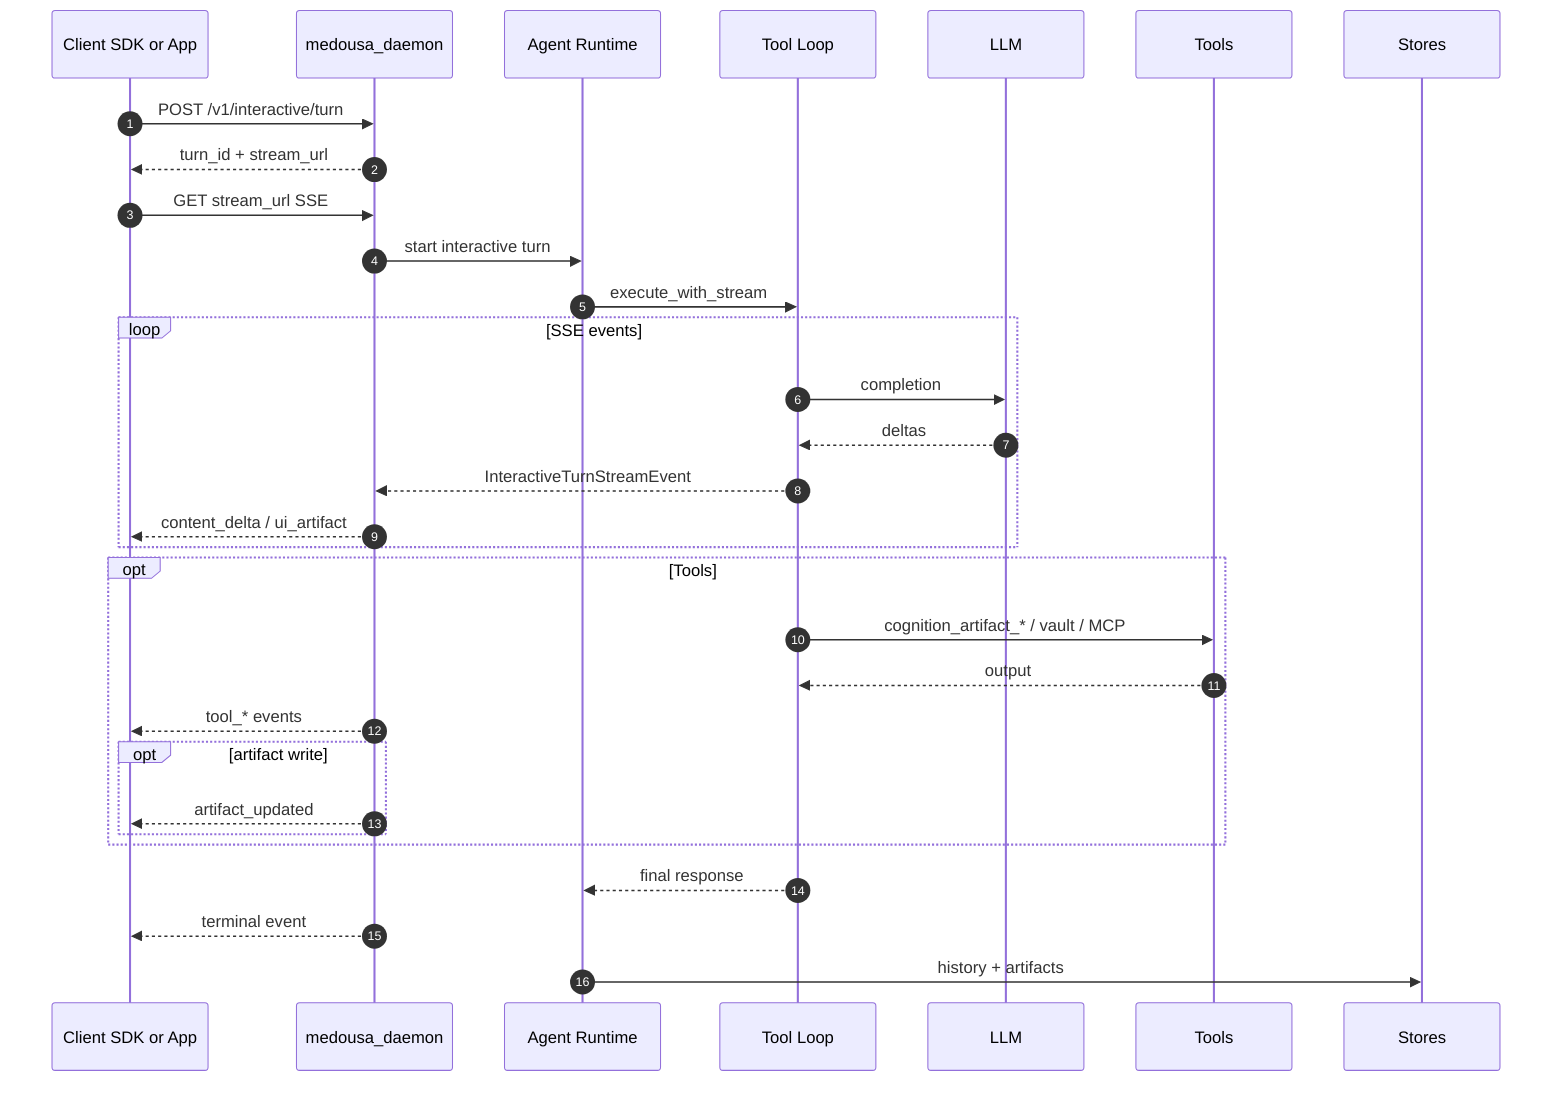
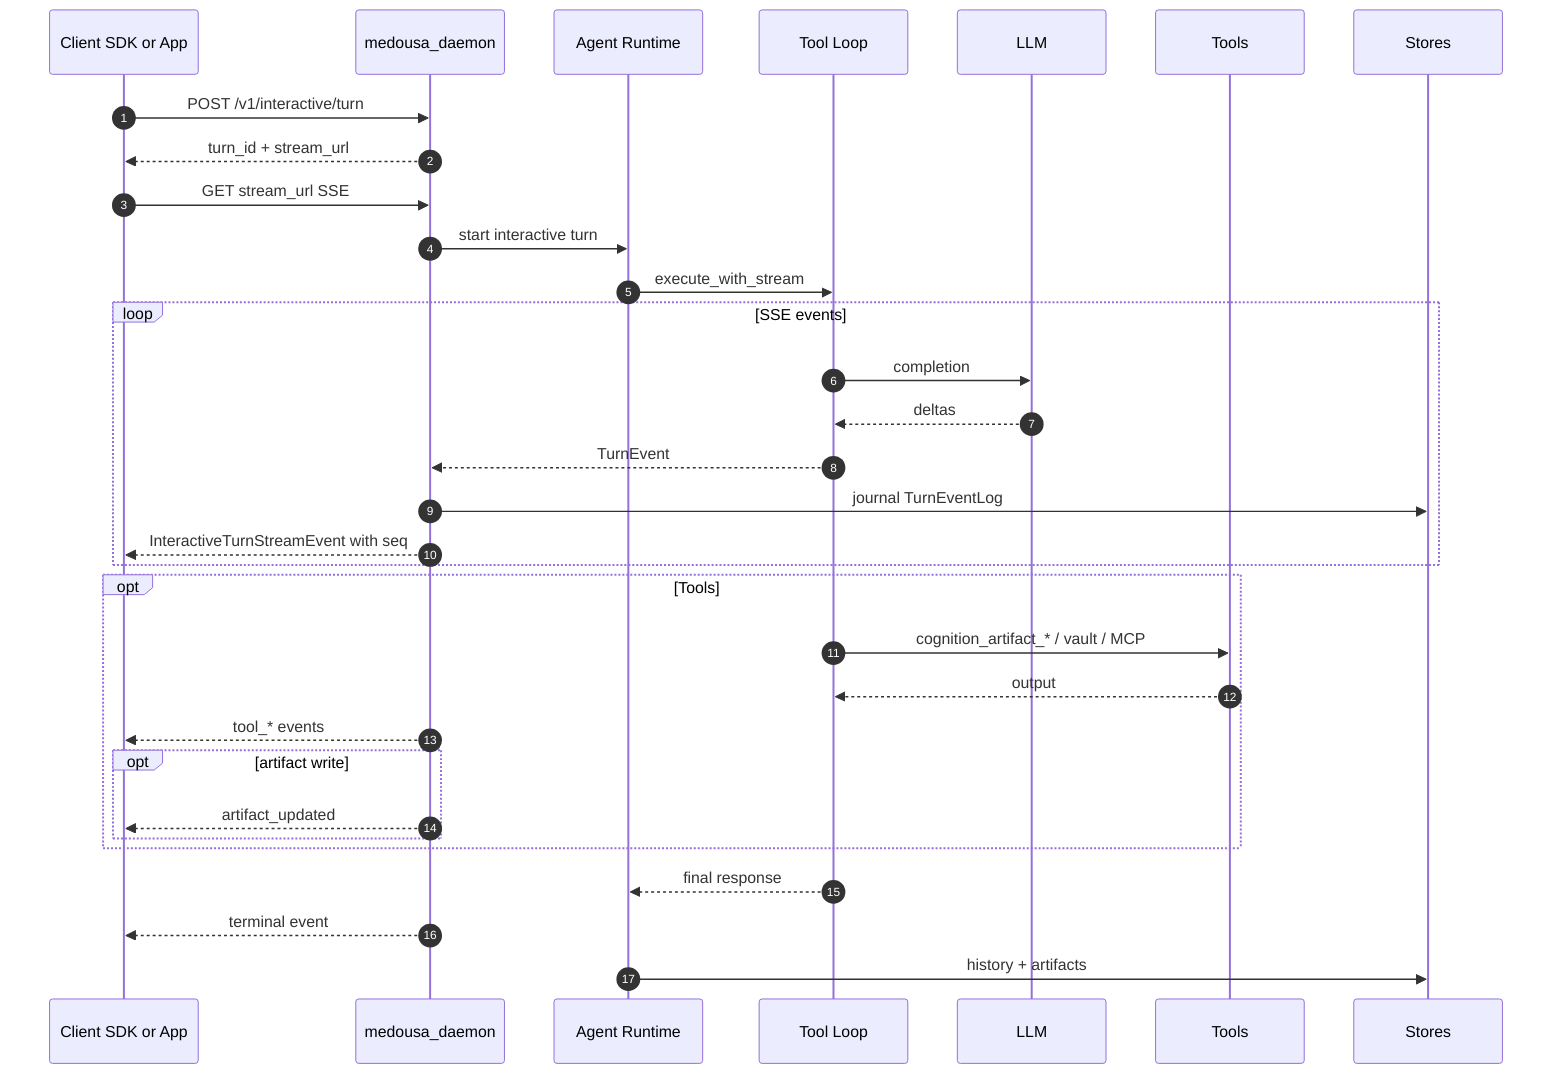
sequenceDiagram
    autonumber
    participant Client as Client SDK or App
    participant Daemon as medousa_daemon
    participant AR as Agent Runtime
    participant TP as Tool Loop
    participant LLM as LLM
    participant TO as Tools
    participant ST as Stores

    Client->>Daemon: POST /v1/interactive/turn
    Daemon-->>Client: turn_id + stream_url
    Client->>Daemon: GET stream_url SSE

    Daemon->>AR: start interactive turn
    AR->>TP: execute_with_stream

    loop SSE events
        TP->>LLM: completion
        LLM-->>TP: deltas
-         TP-->>Daemon: InteractiveTurnStreamEvent
-         Daemon-->>Client: content_delta / ui_artifact
+         TP-->>Daemon: TurnEvent
+         Daemon->>ST: journal TurnEventLog
+         Daemon-->>Client: InteractiveTurnStreamEvent with seq
    end

    opt Tools
        TP->>TO: cognition_artifact_* / vault / MCP
        TO-->>TP: output
        Daemon-->>Client: tool_* events
        opt artifact write
            Daemon-->>Client: artifact_updated
        end
    end

    TP-->>AR: final response
    Daemon-->>Client: terminal event
    AR->>ST: history + artifacts
